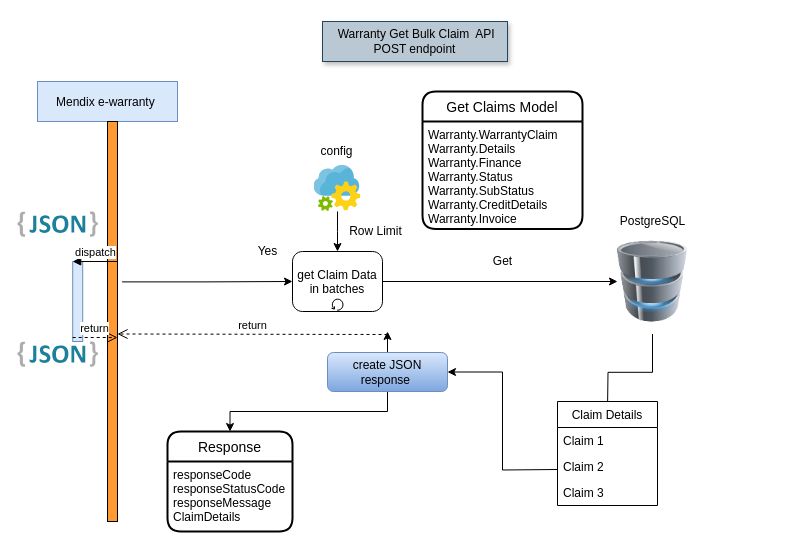
Before: Untitled Diagram.drawio in MrMetalAddict/Retail-Mon, a draw.io diagram. Source tidied: cells renumbered, new cells numbered last; positions are measured from the earlier drawing's top-left corner, leaving out a move shared by most shapes. Both pictures are drawn from the tidied source at 100%, with x=0, y=0 at pixel (17, 21).
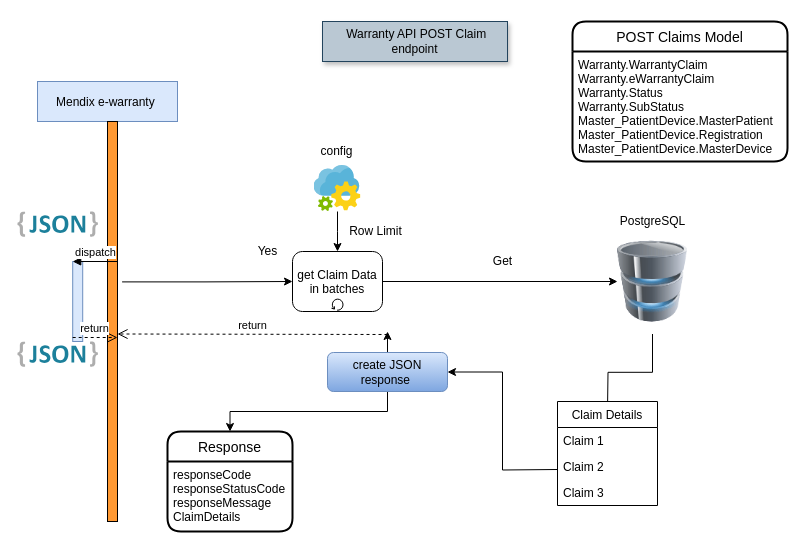
Above is the later version.

Diff of the diagram source:
```diff
@@
-    <mxCell id="4" value="&amp;nbsp;Warranty Get Bulk Claim&amp;nbsp; API POST endpoint" style="text;html=1;align=center;verticalAlign=middle;whiteSpace=wrap;rounded=0;shadow=1;fillColor=#bac8d3;strokeColor=#23445d;" parent="1" vertex="1">
+    <mxCell id="4" value="&amp;nbsp;Warranty API POST Claim endpoint" style="text;html=1;align=center;verticalAlign=middle;whiteSpace=wrap;rounded=0;shadow=1;fillColor=#bac8d3;strokeColor=#23445d;" parent="1" vertex="1">
       <mxGeometry x="305" width="185" height="40" as="geometry" />
     </mxCell>
@@
-    <mxCell id="25" value="Get Claims Model" style="swimlane;horizontal=1;startSize=30;rounded=1;fontSize=14;fontStyle=0;strokeWidth=2;shadow=0;dashed=0;align=center;" parent="1" vertex="1">
-      <mxGeometry x="405" y="70" width="160" height="137.5" as="geometry" />
+    <mxCell id="25" value="POST Claims Model" style="swimlane;horizontal=1;startSize=30;rounded=1;fontSize=14;fontStyle=0;strokeWidth=2;shadow=0;dashed=0;align=center;" parent="1" vertex="1">
+      <mxGeometry x="555" width="215" height="140" as="geometry" />
     </mxCell>
-    <mxCell id="26" value="Warranty.WarrantyClaim&#10;Warranty.Details&#10;  Warranty.Finance&#10;Warranty.Status&#10;Warranty.SubStatus&#10;Warranty.CreditDetails&#10;Warranty.Invoice" style="align=left;strokeColor=none;fillColor=none;spacingLeft=4;fontSize=12;verticalAlign=top;" parent="25" vertex="1">
-      <mxGeometry y="30" width="160" height="107.5" as="geometry" />
+    <mxCell id="26" value="Warranty.WarrantyClaim&#10;Warranty.eWarrantyClaim&#10;Warranty.Status&#10;Warranty.SubStatus&#10;Master_PatientDevice.MasterPatient&#10;Master_PatientDevice.Registration&#10;Master_PatientDevice.MasterDevice" style="align=left;strokeColor=none;fillColor=none;spacingLeft=4;fontSize=12;verticalAlign=top;" parent="25" vertex="1">
+      <mxGeometry y="30" width="215" height="110" as="geometry" />
     </mxCell>
```
